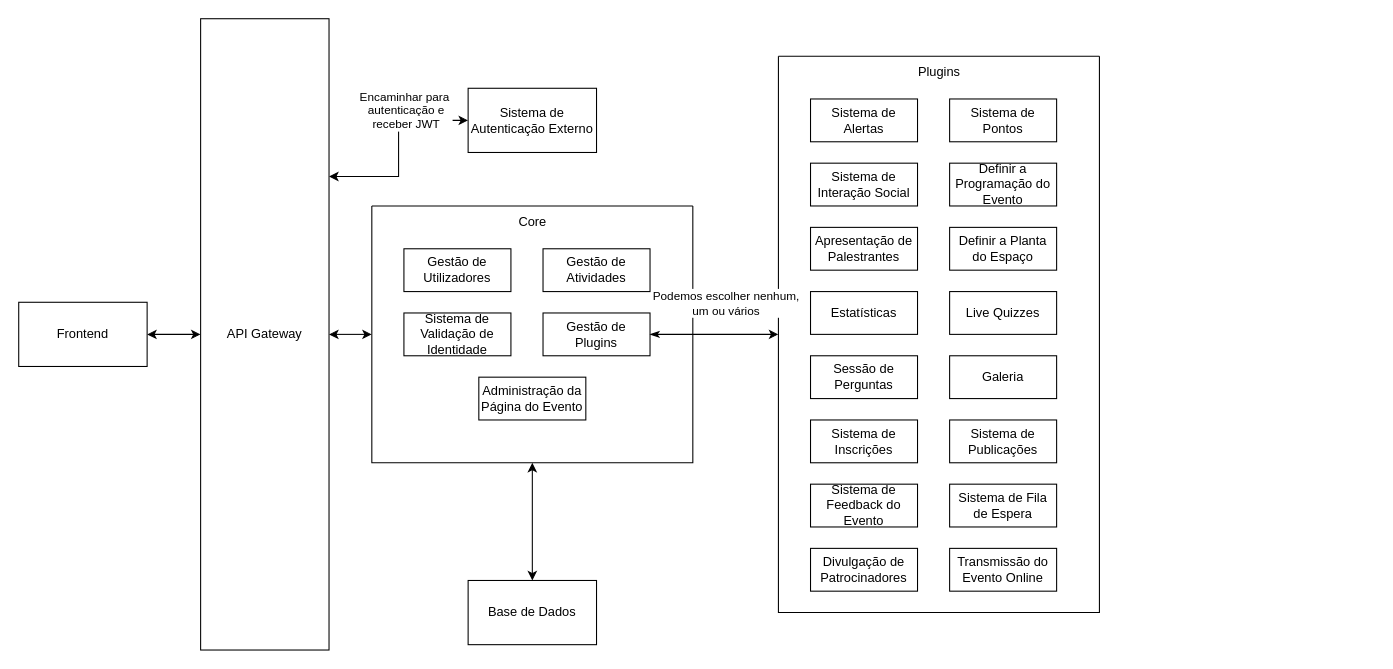
The draw.io diagram page "Arquitetura" (2 of 2) of coffeeBreak.drawio in PI-coffeeBreak/diagrams, before the edit. Source tidied: cells renumbered, new cells numbered last; positions are measured from the earlier drawing's top-left corner, leaving out a move shared by most shapes. Both pictures are drawn from the tidied source at 107%, with x=0, y=0 at pixel (18, 18).
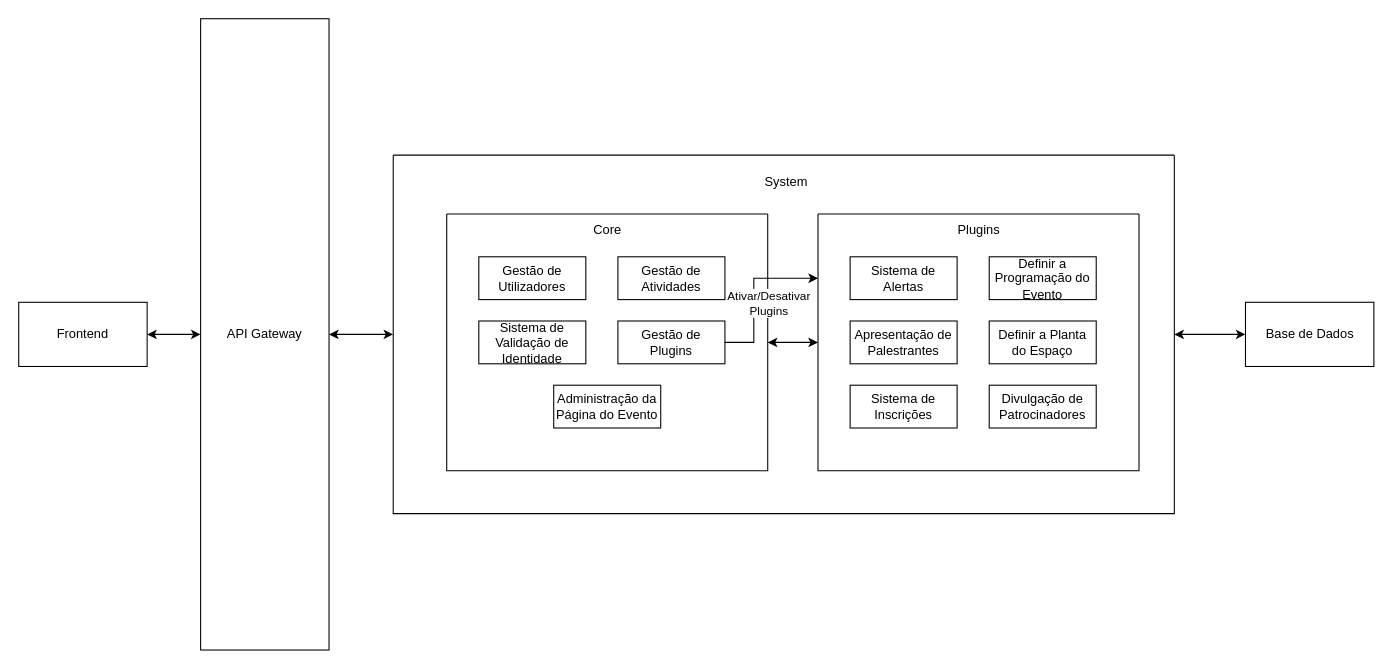
The same diagram, later.

Commit message:
Arquitetura melhorada

Unchanged cells that the change refers to:
```xml
<mxCell id="7" value="API Gateway" style="rounded=0;whiteSpace=wrap;html=1;" parent="1" vertex="1">
  <mxGeometry x="170" width="120" height="590" as="geometry" />
</mxCell>
<mxCell id="14" value="Gestão de Plugins" style="whiteSpace=wrap;html=1;" parent="9" vertex="1">
  <mxGeometry x="160" y="100" width="100" height="40" as="geometry" />
</mxCell>
```

Change to the diagram source:
```diff
@@
-    <mxCell id="4" style="edgeStyle=orthogonalEdgeStyle;rounded=0;jettySize=auto;html=1;exitX=1;exitY=0.5;exitDx=0;exitDy=0;entryX=0;entryY=0.5;entryDx=0;entryDy=0;startArrow=classic;startFill=1;" parent="1" edge="1" source="7" target="9">
-      <mxGeometry relative="1" as="geometry" />
-    </mxCell>
-    <mxCell id="5" style="edgeStyle=orthogonalEdgeStyle;rounded=0;jettySize=auto;html=1;exitX=1;exitY=0.25;exitDx=0;exitDy=0;startArrow=classic;startFill=1;entryX=0;entryY=0.5;entryDx=0;entryDy=0;" parent="1" edge="1" source="7" target="37">
-      <mxGeometry relative="1" as="geometry" />
-    </mxCell>
-    <mxCell id="6" value="Encaminhar para&amp;nbsp;&lt;div&gt;autenticação e&lt;/div&gt;&lt;div&gt;receber JWT&lt;/div&gt;" style="edgeLabel;html=1;align=center;verticalAlign=middle;" parent="5" vertex="1">
-      <mxGeometry x="0.38" y="-1" relative="1" as="geometry">
-        <mxPoint x="-2" y="-11" as="offset" />
-      </mxGeometry>
-    </mxCell>
+    <mxCell id="38" style="edgeStyle=orthogonalEdgeStyle;rounded=0;jettySize=auto;html=1;exitX=1;exitY=0.5;exitDx=0;exitDy=0;startArrow=classic;startFill=1;" parent="1" edge="1" source="7" target="40">
+      <mxGeometry relative="1" as="geometry" />
+    </mxCell>
@@
-    <mxCell id="8" style="edgeStyle=orthogonalEdgeStyle;rounded=0;jettySize=auto;html=1;exitX=0.5;exitY=1;exitDx=0;exitDy=0;startArrow=classic;startFill=1;" parent="1" edge="1" source="9" target="34">
-      <mxGeometry relative="1" as="geometry" />
-    </mxCell>
+    <mxCell id="34" value="Base de Dados" style="rounded=0;whiteSpace=wrap;html=1;" parent="1" vertex="1">
+      <mxGeometry x="1146.5" y="265" width="120" height="60" as="geometry" />
+    </mxCell>
+    <mxCell id="39" style="edgeStyle=orthogonalEdgeStyle;rounded=0;jettySize=auto;html=1;exitX=1;exitY=0.5;exitDx=0;exitDy=0;startArrow=classic;startFill=1;" parent="1" edge="1" source="40" target="34">
+      <mxGeometry relative="1" as="geometry" />
+    </mxCell>
+    <mxCell id="40" style="swimlane;startSize=0;" parent="1" vertex="1">
+      <mxGeometry x="350" y="127.5" width="730" height="335" as="geometry" />
+    </mxCell>
+    <mxCell id="41" value="System" style="text;html=1;align=center;verticalAlign=middle;strokeColor=none;fillColor=none;" parent="40" vertex="1">
+      <mxGeometry x="337" y="10" width="60" height="30" as="geometry" />
+    </mxCell>
+    <mxCell id="42" style="edgeStyle=orthogonalEdgeStyle;rounded=0;jettySize=auto;html=1;exitX=1;exitY=0.5;exitDx=0;exitDy=0;entryX=0;entryY=0.5;entryDx=0;entryDy=0;startArrow=classic;startFill=1;" parent="40" edge="1" source="9" target="16">
+      <mxGeometry relative="1" as="geometry" />
+    </mxCell>
-    <mxCell id="9" style="swimlane;startSize=0;" parent="1" vertex="1">
-      <mxGeometry x="330" y="175" width="300" height="240" as="geometry" />
+    <mxCell id="9" style="swimlane;startSize=0;" parent="40" vertex="1">
+      <mxGeometry x="50" y="55" width="300" height="240" as="geometry" />
     </mxCell>
@@
-    <mxCell id="16" style="swimlane;startSize=0;" parent="1" vertex="1">
-      <mxGeometry x="710" y="35" width="300" height="520" as="geometry" />
+    <mxCell id="16" style="swimlane;startSize=0;" parent="40" vertex="1">
+      <mxGeometry x="397" y="55" width="300" height="240" as="geometry" />
     </mxCell>
@@
-    <mxCell id="19" value="Sistema de Pontos" style="whiteSpace=wrap;html=1;" parent="16" vertex="1">
-      <mxGeometry x="160" y="40" width="100" height="40" as="geometry" />
-    </mxCell>
-    <mxCell id="20" value="Sistema de Interação Social" style="whiteSpace=wrap;html=1;" parent="16" vertex="1">
-      <mxGeometry x="30" y="100" width="100" height="40" as="geometry" />
-    </mxCell>
     <mxCell id="21" value="Definir a Programação do Evento" style="whiteSpace=wrap;html=1;" parent="16" vertex="1">
-      <mxGeometry x="160" y="100" width="100" height="40" as="geometry" />
+      <mxGeometry x="160" y="40" width="100" height="40" as="geometry" />
     </mxCell>
     <mxCell id="22" value="Apresentação de Palestrantes" style="whiteSpace=wrap;html=1;" parent="16" vertex="1">
-      <mxGeometry x="30" y="160" width="100" height="40" as="geometry" />
+      <mxGeometry x="30" y="100" width="100" height="40" as="geometry" />
     </mxCell>
     <mxCell id="23" value="Definir a Planta do Espaço" style="whiteSpace=wrap;html=1;" parent="16" vertex="1">
-      <mxGeometry x="160" y="160" width="100" height="40" as="geometry" />
+      <mxGeometry x="160" y="100" width="100" height="40" as="geometry" />
     </mxCell>
-    <mxCell id="24" value="Estatísticas" style="whiteSpace=wrap;html=1;" parent="16" vertex="1">
-      <mxGeometry x="30" y="220" width="100" height="40" as="geometry" />
-    </mxCell>
-    <mxCell id="25" value="Live Quizzes" style="whiteSpace=wrap;html=1;" parent="16" vertex="1">
-      <mxGeometry x="160" y="220" width="100" height="40" as="geometry" />
-    </mxCell>
-    <mxCell id="26" value="Sessão de Perguntas" style="whiteSpace=wrap;html=1;" parent="16" vertex="1">
-      <mxGeometry x="30" y="280" width="100" height="40" as="geometry" />
-    </mxCell>
-    <mxCell id="27" value="Galeria" style="whiteSpace=wrap;html=1;" parent="16" vertex="1">
-      <mxGeometry x="160" y="280" width="100" height="40" as="geometry" />
-    </mxCell>
     <mxCell id="28" value="Sistema de Inscrições" style="whiteSpace=wrap;html=1;" parent="16" vertex="1">
-      <mxGeometry x="30" y="340" width="100" height="40" as="geometry" />
+      <mxGeometry x="30" y="160" width="100" height="40" as="geometry" />
     </mxCell>
-    <mxCell id="29" value="Sistema de Publicações" style="whiteSpace=wrap;html=1;" parent="16" vertex="1">
-      <mxGeometry x="160" y="340" width="100" height="40" as="geometry" />
-    </mxCell>
-    <mxCell id="30" value="Sistema de Feedback do Evento" style="whiteSpace=wrap;html=1;" parent="16" vertex="1">
-      <mxGeometry x="30" y="400" width="100" height="40" as="geometry" />
-    </mxCell>
-    <mxCell id="31" value="Sistema de Fila de Espera" style="whiteSpace=wrap;html=1;" parent="16" vertex="1">
-      <mxGeometry x="160" y="400" width="100" height="40" as="geometry" />
-    </mxCell>
     <mxCell id="32" value="Divulgação de Patrocinadores" style="whiteSpace=wrap;html=1;" parent="16" vertex="1">
-      <mxGeometry x="30" y="460" width="100" height="40" as="geometry" />
+      <mxGeometry x="160" y="160" width="100" height="40" as="geometry" />
     </mxCell>
-    <mxCell id="33" value="Transmissão do Evento Online" style="whiteSpace=wrap;html=1;" parent="16" vertex="1">
-      <mxGeometry x="160" y="460" width="100" height="40" as="geometry" />
-    </mxCell>
-    <mxCell id="34" value="Base de Dados" style="rounded=0;whiteSpace=wrap;html=1;" parent="1" vertex="1">
-      <mxGeometry x="420" y="525" width="120" height="60" as="geometry" />
-    </mxCell>
-    <mxCell id="35" style="edgeStyle=orthogonalEdgeStyle;rounded=0;jettySize=auto;html=1;exitX=1;exitY=0.5;exitDx=0;exitDy=0;startArrow=classicThin;startFill=1;" parent="1" edge="1" source="14" target="16">
-      <mxGeometry relative="1" as="geometry" />
+    <mxCell id="35" style="edgeStyle=orthogonalEdgeStyle;rounded=0;jettySize=auto;html=1;exitX=1;exitY=0.5;exitDx=0;exitDy=0;entryX=0;entryY=0.25;entryDx=0;entryDy=0;" parent="40" edge="1" source="14" target="16">
+      <mxGeometry relative="1" as="geometry">
+        <Array as="points">
+          <mxPoint x="337" y="175" />
+          <mxPoint x="337" y="115" />
+        </Array>
+      </mxGeometry>
     </mxCell>
-    <mxCell id="36" value="Podemos escolher nenhum,&lt;div&gt;um ou vários&lt;/div&gt;" style="edgeLabel;html=1;align=center;verticalAlign=middle;" parent="35" vertex="1">
-      <mxGeometry x="-0.02" relative="1" as="geometry">
-        <mxPoint x="11" y="-30" as="offset" />
-      </mxGeometry>
-    </mxCell>
-    <mxCell id="37" value="Sistema de Autenticação Externo" style="rounded=0;whiteSpace=wrap;html=1;" parent="1" vertex="1">
-      <mxGeometry x="420" y="65" width="120" height="60" as="geometry" />
-    </mxCell>
+    <mxCell id="43" value="Ativar/Desativar&lt;div&gt;Plugins&lt;/div&gt;" style="edgeLabel;html=1;align=center;verticalAlign=middle;" parent="35" vertex="1">
+      <mxGeometry x="-0.03" y="-2" relative="1" as="geometry">
+        <mxPoint x="11" y="7" as="offset" />
+      </mxGeometry>
+    </mxCell>
```
